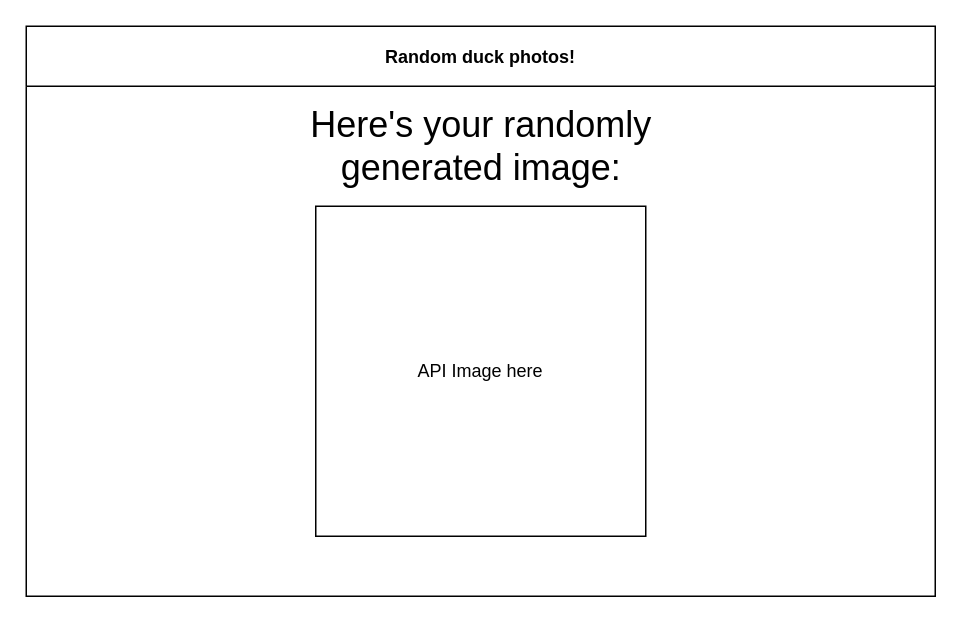
The draw.io diagram design/storyboard.drawio in MTHS-ICS2O-2-2022/ICS2O-Assignment-06-Yuri-Gabutero24, before the edit. Source tidied: cells renumbered, new cells numbered last; positions are measured from the earlier drawing's top-left corner, leaving out a move shared by most shapes. Both pictures are drawn from the tidied source at 150%, with x=0, y=0 at pixel (26, 26).
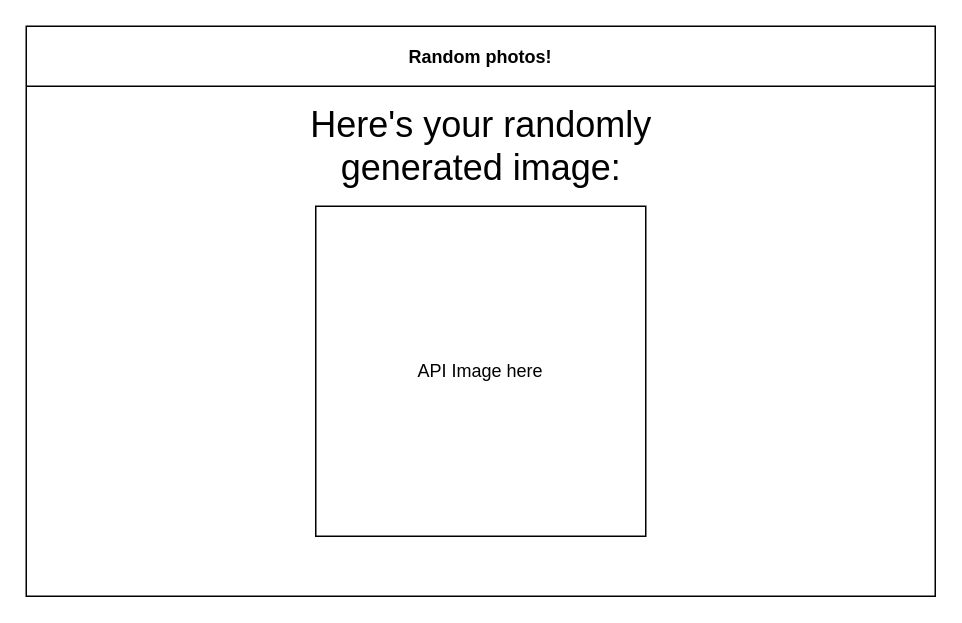
The same page after the edit.

What changed in the source:
```diff
@@
 <mxGraphModel>
   <root>
     <mxCell id="0" />
     <mxCell id="1" parent="0" />
-    <mxCell id="2" value="Random duck photos!" style="swimlane;startSize=40;" parent="1" vertex="1">
+    <mxCell id="2" value="Random photos!" style="swimlane;startSize=40;" parent="1" vertex="1">
       <mxGeometry width="606" height="380" as="geometry" />
     </mxCell>
     <mxCell id="3" value="API Image here" style="whiteSpace=wrap;html=1;" parent="2" vertex="1">
       <mxGeometry x="193" y="120" width="220" height="220" as="geometry" />
     </mxCell>
     <mxCell id="4" value="&lt;font style=&quot;font-size: 24px;&quot;&gt;Here's your randomly generated image:&lt;/font&gt;" style="text;html=1;strokeColor=none;fillColor=none;align=center;verticalAlign=middle;whiteSpace=wrap;rounded=0;" parent="2" vertex="1">
       <mxGeometry x="169.5" y="40" width="267" height="80" as="geometry" />
     </mxCell>
   </root>
 </mxGraphModel>
```
